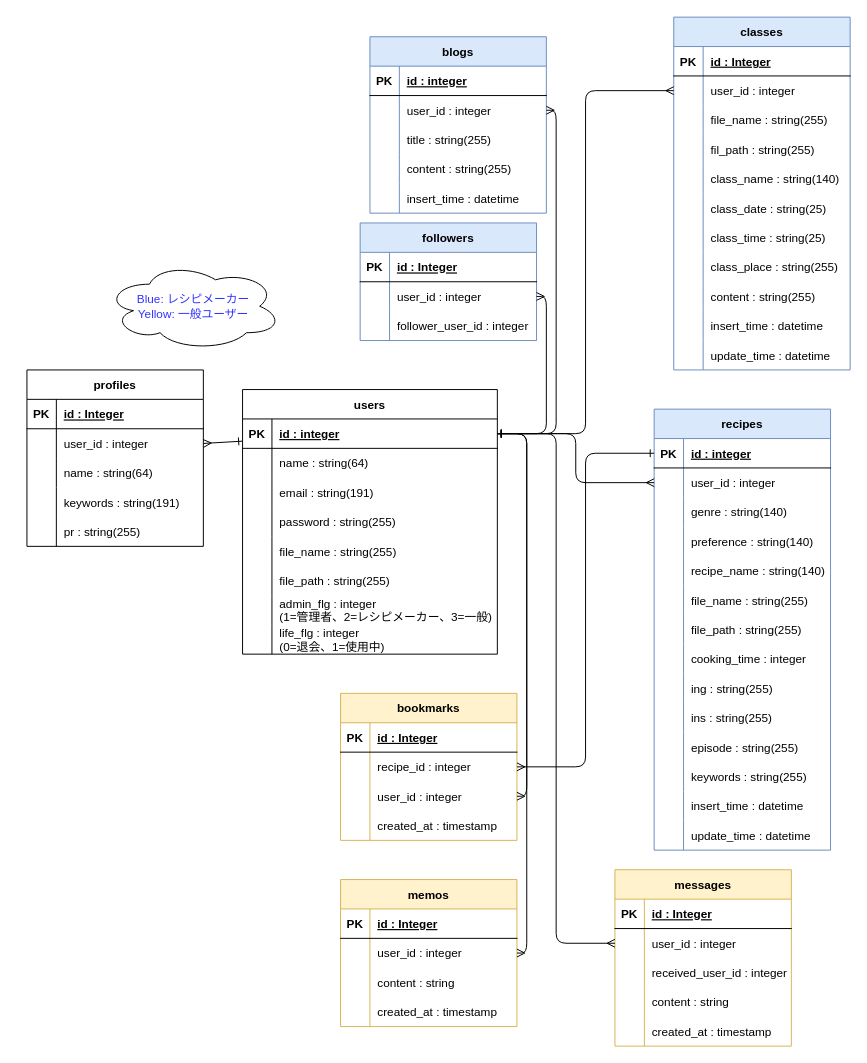
This is kadai11.dio from lily-code77/kadai11_php, a draw.io file, before an edit. Source tidied: cells renumbered, new cells numbered last; positions are measured from the earlier drawing's top-left corner, leaving out a move shared by most shapes. Both pictures are drawn from the tidied source at 98%, with x=0, y=0 at pixel (26, 17).
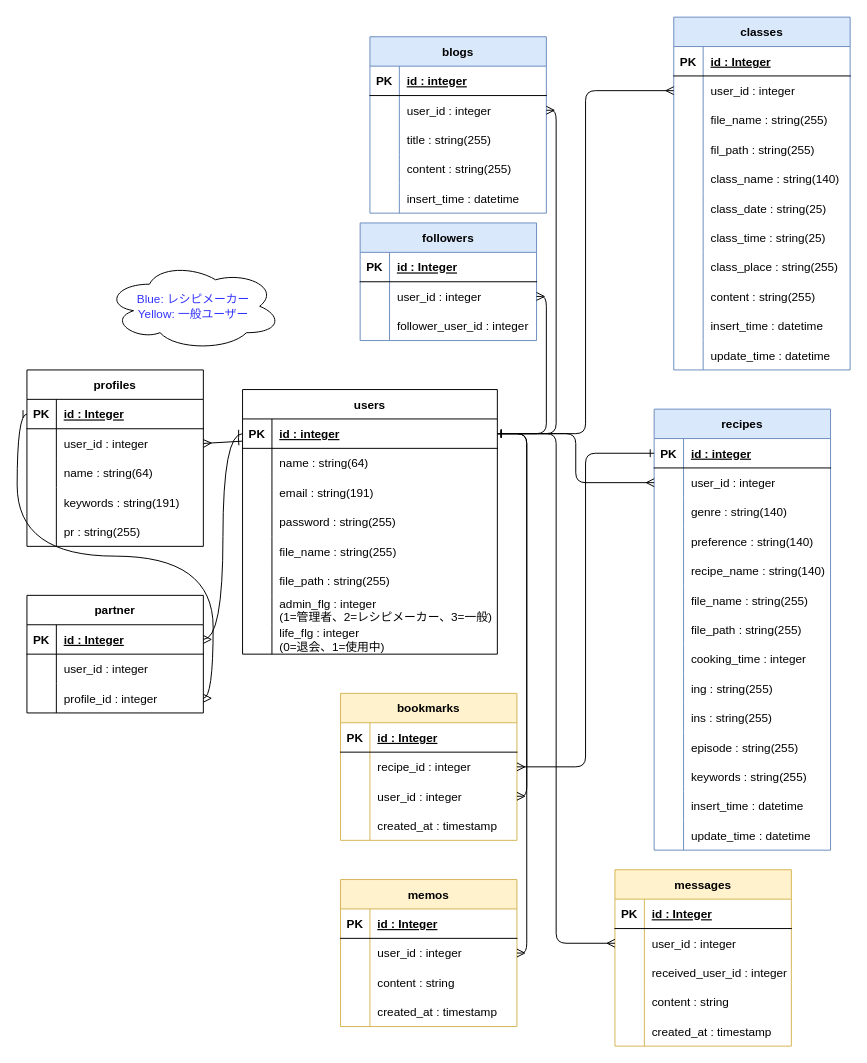
Above is the later version.

The change refers to these unchanged cells:
```xml
<mxCell id="3" style="shape=tableRow;horizontal=0;startSize=0;swimlaneHead=0;swimlaneBody=0;fillColor=none;points=[[0,0.5],[1,0.5]];portConstraint=eastwest;top=0;left=0;right=0;bottom=1;" parent="2" vertex="1">
  <mxGeometry y="30" width="260" height="30" as="geometry" />
</mxCell>
<mxCell id="182" style="shape=tableRow;horizontal=0;startSize=0;swimlaneHead=0;swimlaneBody=0;fillColor=none;points=[[0,0.5],[1,0.5]];portConstraint=eastwest;top=0;left=0;right=0;bottom=1;" parent="181" vertex="1">
  <mxGeometry y="30" width="180" height="30" as="geometry" />
</mxCell>
```

What changed in the source:
```diff
@@
+    <mxCell id="198" value="partner" style="shape=table;startSize=30;childLayout=tableLayout;rowLines=0;fontStyle=1;align=center;" parent="1" vertex="1">
+      <mxGeometry y="590" width="180" height="120" as="geometry" />
+    </mxCell>
+    <mxCell id="199" style="shape=tableRow;horizontal=0;startSize=0;swimlaneHead=0;swimlaneBody=0;fillColor=none;points=[[0,0.5],[1,0.5]];portConstraint=eastwest;top=0;left=0;right=0;bottom=1;" parent="198" vertex="1">
+      <mxGeometry y="30" width="180" height="30" as="geometry" />
+    </mxCell>
+    <mxCell id="200" value="PK" style="shape=partialRectangle;fillColor=none;top=0;left=0;bottom=0;right=0;fontStyle=1;overflow=hidden;" parent="199" vertex="1">
+      <mxGeometry width="30" height="30" as="geometry" />
+    </mxCell>
+    <mxCell id="201" value="id : Integer" style="shape=partialRectangle;fillColor=none;top=0;left=0;bottom=0;right=0;align=left;spacingLeft=6;fontStyle=5;overflow=hidden;" parent="199" vertex="1">
+      <mxGeometry x="30" width="150" height="30" as="geometry" />
+    </mxCell>
+    <mxCell id="202" style="shape=tableRow;horizontal=0;startSize=0;swimlaneHead=0;swimlaneBody=0;fillColor=none;top=0;left=0;right=0;bottom=0;" parent="198" vertex="1">
+      <mxGeometry y="60" width="180" height="30" as="geometry" />
+    </mxCell>
+    <mxCell id="203" style="shape=partialRectangle;fillColor=none;top=0;left=0;bottom=0;right=0;overflow=hidden;" parent="202" vertex="1">
+      <mxGeometry width="30" height="30" as="geometry" />
+    </mxCell>
+    <mxCell id="204" value="user_id : integer" style="shape=partialRectangle;fillColor=none;top=0;left=0;bottom=0;right=0;align=left;spacingLeft=6;overflow=hidden;" parent="202" vertex="1">
+      <mxGeometry x="30" width="150" height="30" as="geometry" />
+    </mxCell>
+    <mxCell id="205" style="shape=tableRow;horizontal=0;startSize=0;swimlaneHead=0;swimlaneBody=0;fillColor=none;points=[[0,0.5],[1,0.5]];portConstraint=eastwest;top=0;left=0;right=0;bottom=0;" parent="198" vertex="1">
+      <mxGeometry y="90" width="180" height="30" as="geometry" />
+    </mxCell>
+    <mxCell id="206" style="shape=partialRectangle;fillColor=none;top=0;left=0;bottom=0;right=0;overflow=hidden;" parent="205" vertex="1">
+      <mxGeometry width="30" height="30" as="geometry" />
+    </mxCell>
+    <mxCell id="207" value="profile_id : integer" style="shape=partialRectangle;fillColor=none;top=0;left=0;bottom=0;right=0;align=left;spacingLeft=6;overflow=hidden;" parent="205" vertex="1">
+      <mxGeometry x="30" width="150" height="30" as="geometry" />
+    </mxCell>
+    <mxCell id="208" style="edgeStyle=orthogonalEdgeStyle;html=1;exitX=0;exitY=0.5;exitDx=0;exitDy=0;startArrow=ERone;startFill=0;endArrow=ERmany;endFill=0;curved=1;entryX=1;entryY=0.5;entryDx=0;entryDy=0;" parent="1" edge="1" source="3" target="199">
+      <mxGeometry relative="1" as="geometry" />
+    </mxCell>
+    <mxCell id="209" style="edgeStyle=orthogonalEdgeStyle;curved=1;html=1;exitX=0;exitY=0.5;exitDx=0;exitDy=0;entryX=1;entryY=0.5;entryDx=0;entryDy=0;startArrow=ERone;startFill=0;endArrow=ERmany;endFill=0;" parent="1" edge="1" source="182" target="205">
+      <mxGeometry relative="1" as="geometry" />
+    </mxCell>
```
